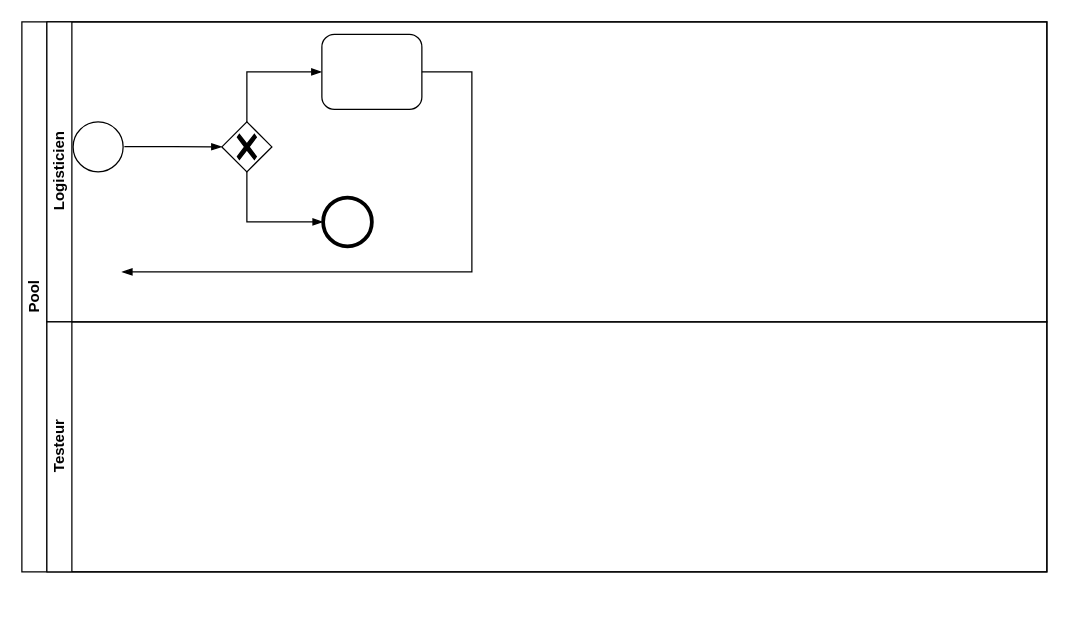
quemet/Draw.io keeps this draw.io diagram as RéceptionCommande.drawio. Above is the earlier version. Source tidied: cells renumbered, new cells numbered last; positions are measured from the earlier drawing's top-left corner, leaving out a move shared by most shapes. Both pictures are drawn from the tidied source at 125%, with x=0, y=0 at pixel (21, 21).
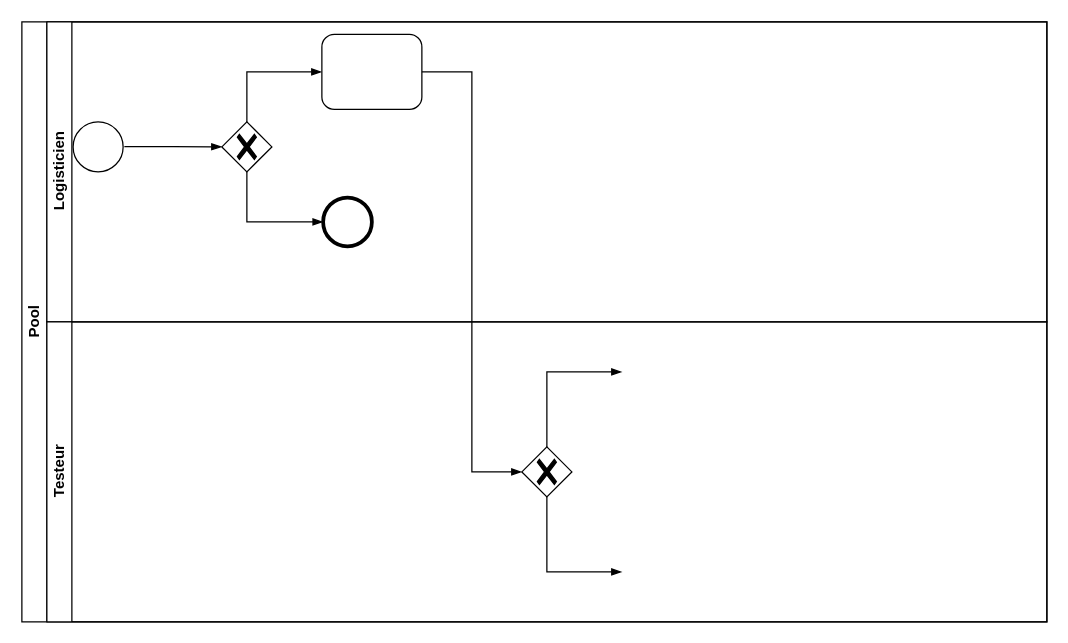
The same page after the edit.

Commit message (it also covers changes not shown here):
Mettre à jour RéceptionCommande.drawio

The change refers to these unchanged cells:
```xml
<mxCell id="3" value="Logisticien" style="swimlane;html=1;startSize=20;horizontal=0;" parent="2" vertex="1">
  <mxGeometry x="20" width="800" height="240" as="geometry" />
</mxCell>
```

Diff of the diagram source:
```diff
@@
     <mxCell id="2" value="Pool" style="swimlane;html=1;horizontal=0;startSize=20;whiteSpace=wrap;" parent="1" vertex="1">
-      <mxGeometry width="820" height="440" as="geometry" />
+      <mxGeometry width="820" height="480" as="geometry" />
     </mxCell>
@@
     <mxCell id="12" style="edgeStyle=elbowEdgeStyle;fontSize=12;html=1;endArrow=blockThin;endFill=1;rounded=0;" parent="3" edge="1">
       <mxGeometry relative="1" as="geometry">
         <mxPoint x="300" y="40" as="sourcePoint" />
-        <mxPoint x="60" y="200" as="targetPoint" />
+        <mxPoint x="380" y="360" as="targetPoint" />
         <Array as="points">
           <mxPoint x="340" y="280" />
         </Array>
       </mxGeometry>
     </mxCell>
     <mxCell id="13" value="Testeur" style="swimlane;html=1;startSize=20;horizontal=0;" parent="2" vertex="1">
-      <mxGeometry x="20" y="240" width="800" height="200" as="geometry" />
+      <mxGeometry x="20" y="240" width="800" height="240" as="geometry" />
     </mxCell>
+    <mxCell id="14" style="points=[[0.25,0.25,0],[0.5,0,0],[0.75,0.25,0],[1,0.5,0],[0.75,0.75,0],[0.5,1,0],[0.25,0.75,0],[0,0.5,0]];shape=mxgraph.bpmn.gateway2;html=1;verticalLabelPosition=bottom;labelBackgroundColor=#ffffff;verticalAlign=top;align=center;perimeter=rhombusPerimeter;outlineConnect=0;outline=none;symbol=none;gwType=exclusive;" parent="13" vertex="1">
+      <mxGeometry x="380" y="100" width="40" height="40" as="geometry" />
+    </mxCell>
+    <mxCell id="15" style="edgeStyle=elbowEdgeStyle;fontSize=12;html=1;endArrow=blockThin;endFill=1;rounded=0;" parent="13" edge="1" source="14">
+      <mxGeometry relative="1" as="geometry">
+        <mxPoint x="460" y="40" as="targetPoint" />
+        <Array as="points">
+          <mxPoint x="400" y="60" />
+        </Array>
+      </mxGeometry>
+    </mxCell>
+    <mxCell id="16" style="edgeStyle=elbowEdgeStyle;fontSize=12;html=1;endArrow=blockThin;endFill=1;rounded=0;" parent="13" edge="1">
+      <mxGeometry relative="1" as="geometry">
+        <mxPoint x="400" y="140" as="sourcePoint" />
+        <mxPoint x="460" y="200" as="targetPoint" />
+        <Array as="points">
+          <mxPoint x="400" y="170" />
+        </Array>
+      </mxGeometry>
+    </mxCell>
```
